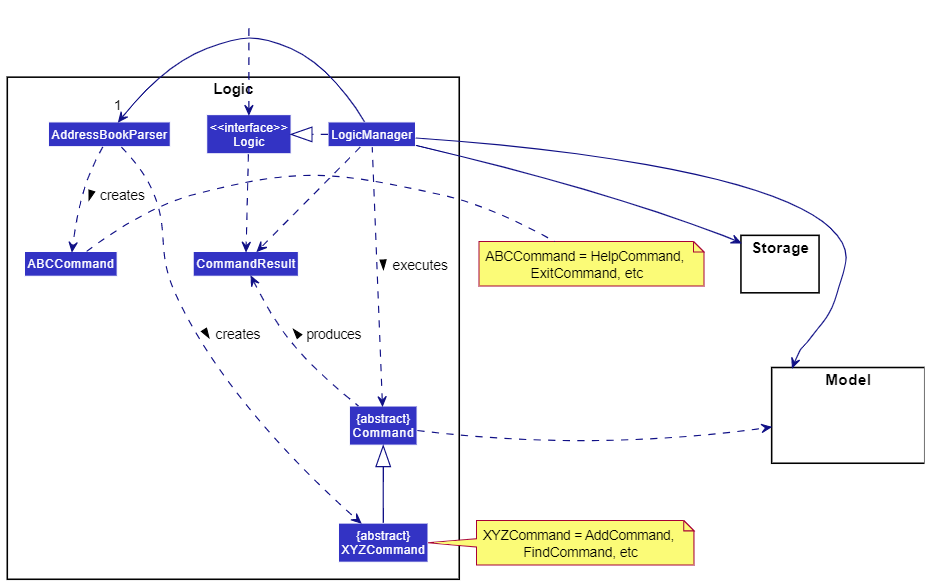
Above: docs/images/LogicClassDiagram.png in rcjj98/tp (PlantUML), before the change. Its source is kept beside it as docs/diagrams/LogicClassDiagram.puml. The source it was exported from:
```plantuml
@startuml
!include style.puml
skinparam arrowThickness 1.1
skinparam arrowColor LOGIC_COLOR_T4
skinparam classBackgroundColor LOGIC_COLOR

package Logic {

Class AddressBookParser
Class ABCCommand
Class "{abstract}\nXYZCommand" as XYZCommand
Class CommandResult
Class "{abstract}\nCommand" as Command


Class "<<interface>>\nLogic" as Logic
Class LogicManager
}

package Model{
Class HiddenModel #FFFFFF
}

package Storage{
}

Class HiddenOutside #FFFFFF
HiddenOutside ..> Logic

LogicManager .right.|> Logic
LogicManager -right->"1" AddressBookParser
AddressBookParser ..> XYZCommand : creates >
AddressBookParser ..> ABCCommand : creates >

XYZCommand -up-|> Command
LogicManager .left.> Command : executes >

LogicManager --> Model
LogicManager --> Storage
Storage --[hidden] Model
Command .[hidden]up.> Storage
Command .right.> Model
note right of XYZCommand: XYZCommand = AddCommand, \nFindCommand, etc
note right of ABCCommand: ABCCommand = HelpCommand, \nExitCommand, etc


Logic ..> CommandResult
LogicManager .down.> CommandResult
Command .up.> CommandResult : produces >
@enduml
```
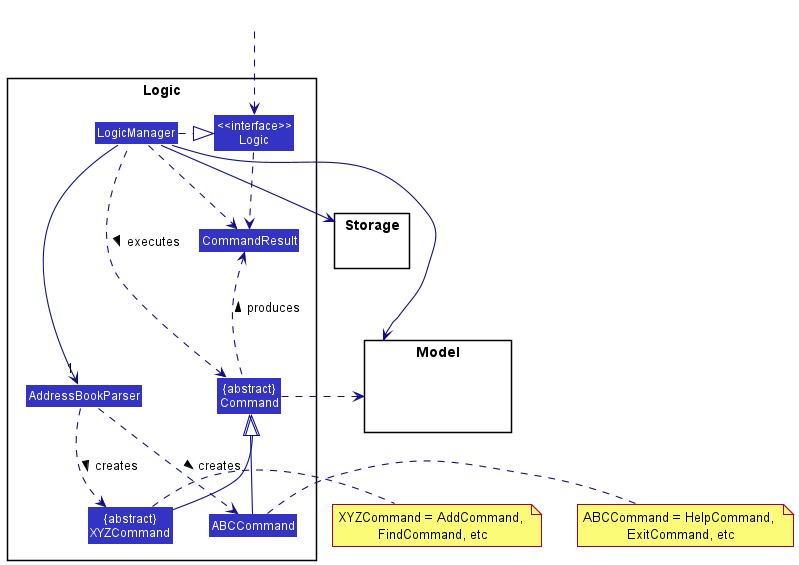
Later version of the same file.

What changed in the source:
```diff
@@ -33,6 +33,7 @@
 AddressBookParser ..> ABCCommand : creates >
 
 XYZCommand -up-|> Command
+ABCCommand -up-|> Command
 LogicManager .left.> Command : executes >
 
 LogicManager --> Model
```
